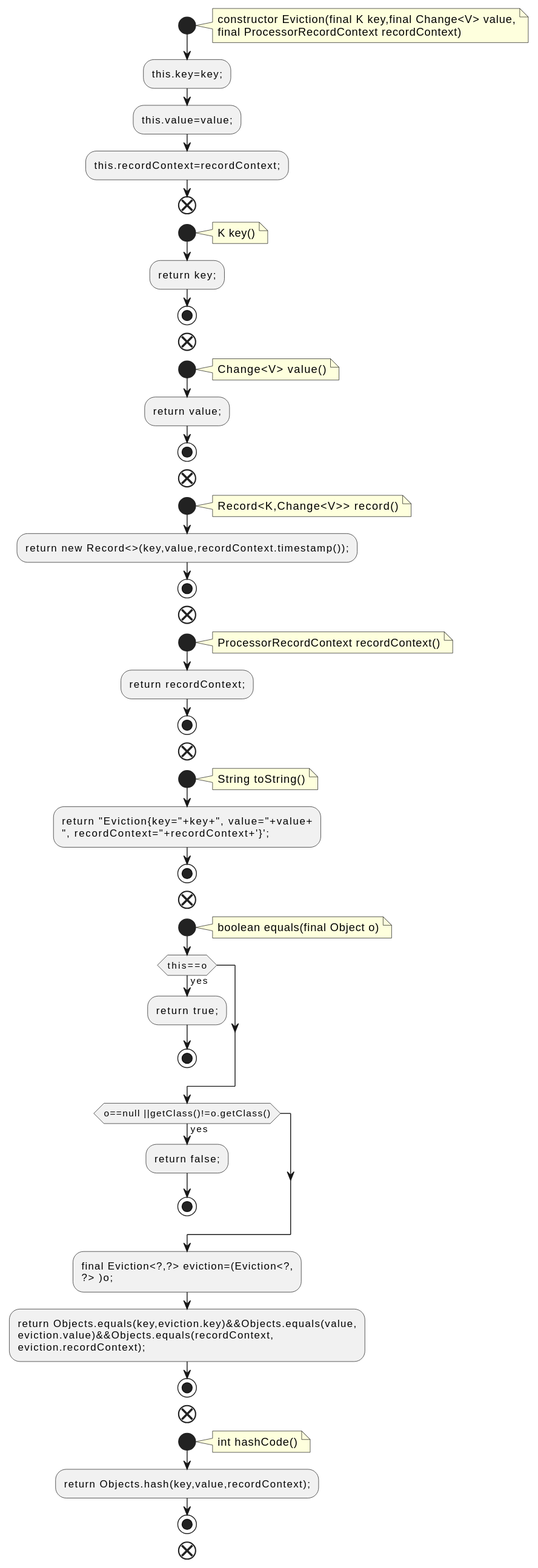
qualitesys/kafka keeps this PlantUML diagram as docs/qc/streams/src/main/java/org/apache/kafka/streams/state/internals/TimeOrderedKeyValueBuffer.java.fct.svg. Above is the earlier version.
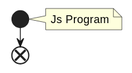
Later version of the same file.

Change to the diagram source:
```diff
@@ -2,73 +2,7 @@
 !pragma layout smetana
 start
 note right
-constructor Eviction(final K key,final Change<V> value,
-final ProcessorRecordContext recordContext)
+Js Program
 end note
-:this.key=key;;
-:this.value=value;;
-:this.recordContext=recordContext;;
-end
-start
-note right
-K key()
-end note
-:return key;;
-stop
-end
-start
-note right
-Change<V> value()
-end note
-:return value;;
-stop
-end
-start
-note right
-Record<K,Change<V>> record()
-end note
-:return new Record<>(key,value,recordContext.timestamp());;
-stop
-end
-start
-note right
-ProcessorRecordContext recordContext()
-end note
-:return recordContext;;
-stop
-end
-start
-note right
-String toString()
-end note
-:return "Eviction{key="+key+", value="+value+
-", recordContext="+recordContext+'}';;
-stop
-end
-start
-note right
-boolean equals(final Object o)
-end note
-if (this==o) then (yes)
-:return true;;
-stop
-endif
-if (o==null ||getClass()!=o.getClass()) then (yes)
-:return false;;
-stop
-endif
-:final Eviction<?,?> eviction=(Eviction<?,
-?> )o;;
-:return Objects.equals(key,eviction.key)&&Objects.equals(value,
-eviction.value)&&Objects.equals(recordContext,
-eviction.recordContext);;
-stop
-end
-start
-note right
-int hashCode()
-end note
-:return Objects.hash(key,value,recordContext);;
-stop
 end
 @enduml
```
